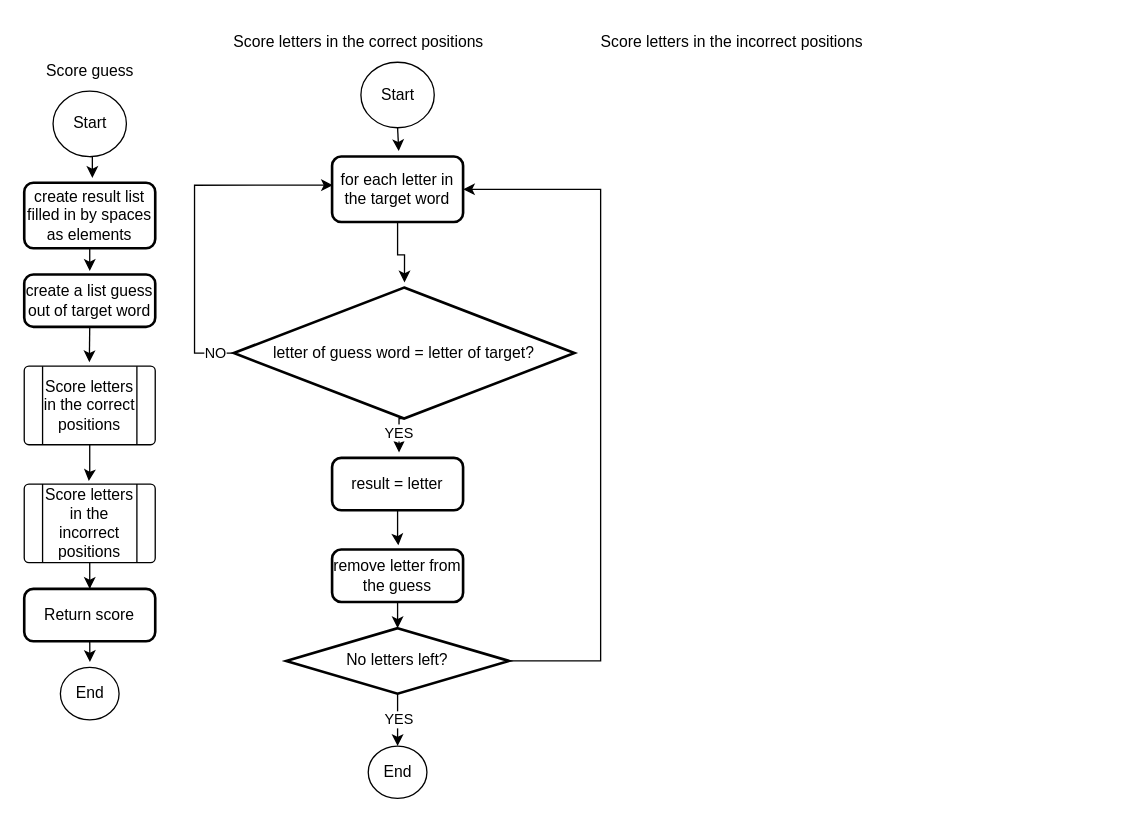
The draw.io diagram Wordle_flowchart.drawio in Alex-Gunn/QuestDeclining, before the edit. Source tidied: cells renumbered, new cells numbered last; positions are measured from the earlier drawing's top-left corner, leaving out a move shared by most shapes. Both pictures are drawn from the tidied source at 131%, with x=0, y=0 at pixel (24, 22).
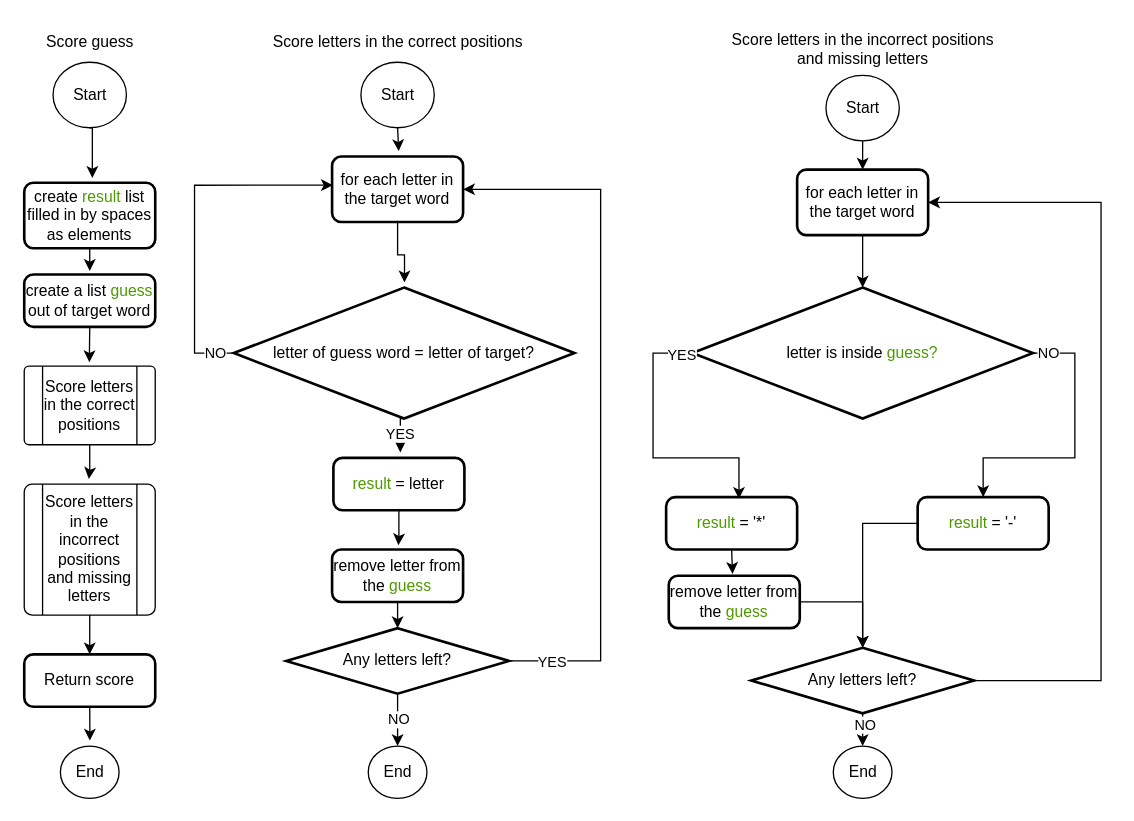
Above is the later version.

The change refers to these unchanged cells:
```xml
<mxCell id="23" style="edgeStyle=orthogonalEdgeStyle;rounded=0;jettySize=auto;html=1;exitX=1;exitY=0.5;exitDx=0;exitDy=0;entryX=1;entryY=0.5;entryDx=0;entryDy=0;exitPerimeter=0;" parent="1" edge="1" source="32" target="19">
  <mxGeometry relative="1" as="geometry">
    <Array as="points">
      <mxPoint x="440" y="487" />
      <mxPoint x="440" y="127" />
    </Array>
  </mxGeometry>
</mxCell>
<mxCell id="34" style="edgeStyle=orthogonalEdgeStyle;rounded=0;jettySize=auto;html=1;entryX=0.5;entryY=0;entryDx=0;entryDy=0;entryPerimeter=0;" parent="1" edge="1" source="32" target="31">
  <mxGeometry relative="1" as="geometry" />
</mxCell>
```

Diff of the diagram source:
```diff
@@
-    <mxCell id="3" value="create a list guess out of target word" style="rounded=1;whiteSpace=wrap;html=1;absoluteArcSize=1;arcSize=14;strokeWidth=2;" parent="1" vertex="1">
+    <mxCell id="3" value="create a list &lt;font color=&quot;#4d9900&quot;&gt;guess&lt;/font&gt; out of target word" style="rounded=1;whiteSpace=wrap;html=1;absoluteArcSize=1;arcSize=14;strokeWidth=2;" parent="1" vertex="1">
       <mxGeometry y="192" width="100" height="40" as="geometry" />
     </mxCell>
     <mxCell id="4" value="Start" style="verticalLabelPosition=middle;verticalAlign=middle;html=1;shape=mxgraph.flowchart.on-page_reference;labelPosition=center;align=center;" parent="1" vertex="1">
-      <mxGeometry x="22" y="52" width="56" height="50" as="geometry" />
+      <mxGeometry x="22" y="30" width="56" height="50" as="geometry" />
     </mxCell>
-    <mxCell id="5" value="create result list filled in by spaces as elements" style="rounded=1;whiteSpace=wrap;html=1;absoluteArcSize=1;arcSize=14;strokeWidth=2;" parent="1" vertex="1">
+    <mxCell id="5" value="create &lt;font color=&quot;#4d9900&quot;&gt;result&lt;/font&gt; list filled in by spaces as elements" style="rounded=1;whiteSpace=wrap;html=1;absoluteArcSize=1;arcSize=14;strokeWidth=2;" parent="1" vertex="1">
       <mxGeometry y="122" width="100" height="50" as="geometry" />
     </mxCell>
@@
-    <mxCell id="10" value="Score letters in the incorrect positions" style="verticalLabelPosition=middle;verticalAlign=middle;html=1;shape=process;whiteSpace=wrap;rounded=1;size=0.14;arcSize=6;labelPosition=center;align=center;" parent="1" vertex="1">
-      <mxGeometry y="352" width="100" height="60" as="geometry" />
+    <mxCell id="10" value="Score letters in the incorrect positions&lt;br&gt;and missing letters&lt;br&gt;" style="verticalLabelPosition=middle;verticalAlign=middle;html=1;shape=process;whiteSpace=wrap;rounded=1;size=0.14;arcSize=6;labelPosition=center;align=center;" parent="1" vertex="1">
+      <mxGeometry y="352" width="100" height="100" as="geometry" />
     </mxCell>
@@
     <mxCell id="12" value="Score guess" style="text;html=1;align=center;verticalAlign=middle;strokeColor=none;fillColor=none;" parent="1" vertex="1">
-      <mxGeometry x="5" y="22" width="90" height="30" as="geometry" />
+      <mxGeometry x="5" width="90" height="30" as="geometry" />
     </mxCell>
     <mxCell id="13" value="End" style="verticalLabelPosition=middle;verticalAlign=middle;html=1;shape=mxgraph.flowchart.on-page_reference;labelPosition=center;align=center;" parent="1" vertex="1">
-      <mxGeometry x="27.6" y="492" width="44.8" height="40" as="geometry" />
+      <mxGeometry x="27.6" y="552" width="44.8" height="40" as="geometry" />
     </mxCell>
     <mxCell id="14" value="Return score" style="rounded=1;whiteSpace=wrap;html=1;absoluteArcSize=1;arcSize=14;strokeWidth=2;" parent="1" vertex="1">
-      <mxGeometry y="432" width="100" height="40" as="geometry" />
+      <mxGeometry y="482" width="100" height="40" as="geometry" />
     </mxCell>
@@
     <mxCell id="16" value="Score letters in the correct positions" style="text;html=1;align=center;verticalAlign=middle;strokeColor=none;fillColor=none;" parent="1" vertex="1">
-      <mxGeometry x="150" width="210" height="30" as="geometry" />
+      <mxGeometry x="180" width="210" height="30" as="geometry" />
     </mxCell>
-    <mxCell id="17" value="Score letters in the incorrect positions" style="text;html=1;align=center;verticalAlign=middle;strokeColor=none;fillColor=none;" parent="1" vertex="1">
-      <mxGeometry x="430" width="220" height="30" as="geometry" />
+    <mxCell id="17" value="Score letters in the incorrect positions &lt;br&gt;and missing letters" style="text;html=1;align=center;verticalAlign=middle;strokeColor=none;fillColor=none;" parent="1" vertex="1">
+      <mxGeometry x="530" width="220" height="40" as="geometry" />
     </mxCell>
@@
-    <mxCell id="22" value="result = letter" style="rounded=1;whiteSpace=wrap;html=1;absoluteArcSize=1;arcSize=14;strokeWidth=2;" parent="1" vertex="1">
-      <mxGeometry x="235" y="332" width="100" height="40" as="geometry" />
+    <mxCell id="22" value="&lt;font color=&quot;#4d9900&quot;&gt;result&lt;/font&gt; = letter" style="rounded=1;whiteSpace=wrap;html=1;absoluteArcSize=1;arcSize=14;strokeWidth=2;" parent="1" vertex="1">
+      <mxGeometry x="236" y="332" width="100" height="40" as="geometry" />
     </mxCell>
@@
+    <mxCell id="36" value="YES" style="edgeLabel;html=1;align=center;verticalAlign=middle;" parent="23" vertex="1">
+      <mxGeometry x="-0.88" relative="1" as="geometry" />
+    </mxCell>
-    <mxCell id="24" value="remove letter from the guess" style="rounded=1;whiteSpace=wrap;html=1;absoluteArcSize=1;arcSize=14;strokeWidth=2;" parent="1" vertex="1">
+    <mxCell id="24" value="remove letter from the &lt;font color=&quot;#4d9900&quot;&gt;guess&lt;/font&gt;" style="rounded=1;whiteSpace=wrap;html=1;absoluteArcSize=1;arcSize=14;strokeWidth=2;" parent="1" vertex="1">
       <mxGeometry x="235" y="402" width="100" height="40" as="geometry" />
     </mxCell>
@@
-    <mxCell id="32" value="No letters left?" style="strokeWidth=2;html=1;shape=mxgraph.flowchart.decision;whiteSpace=wrap;" parent="1" vertex="1">
+    <mxCell id="32" value="Any letters left?" style="strokeWidth=2;html=1;shape=mxgraph.flowchart.decision;whiteSpace=wrap;" parent="1" vertex="1">
       <mxGeometry x="200" y="462" width="170" height="50" as="geometry" />
     </mxCell>
@@
-    <mxCell id="35" value="YES&lt;br&gt;" style="edgeLabel;html=1;align=center;verticalAlign=middle;" parent="34" vertex="1">
+    <mxCell id="35" value="NO" style="edgeLabel;html=1;align=center;verticalAlign=middle;" parent="34" vertex="1">
       <mxGeometry x="-0.04" relative="1" as="geometry" />
     </mxCell>
+    <mxCell id="37" style="edgeStyle=orthogonalEdgeStyle;rounded=0;jettySize=auto;html=1;exitX=0.5;exitY=1;exitDx=0;exitDy=0;exitPerimeter=0;entryX=0.5;entryY=0;entryDx=0;entryDy=0;" parent="1" edge="1" source="38" target="40">
+      <mxGeometry relative="1" as="geometry" />
+    </mxCell>
+    <mxCell id="38" value="Start" style="verticalLabelPosition=middle;verticalAlign=middle;html=1;shape=mxgraph.flowchart.on-page_reference;labelPosition=center;align=center;" parent="1" vertex="1">
+      <mxGeometry x="612" y="40" width="56" height="50" as="geometry" />
+    </mxCell>
+    <mxCell id="39" value="End" style="verticalLabelPosition=middle;verticalAlign=middle;html=1;shape=mxgraph.flowchart.on-page_reference;labelPosition=center;align=center;" parent="1" vertex="1">
+      <mxGeometry x="617.6" y="552" width="44.8" height="40" as="geometry" />
+    </mxCell>
+    <mxCell id="40" value="for each letter in the target word" style="rounded=1;whiteSpace=wrap;html=1;absoluteArcSize=1;arcSize=14;strokeWidth=2;" parent="1" vertex="1">
+      <mxGeometry x="590" y="112" width="100" height="50" as="geometry" />
+    </mxCell>
+    <mxCell id="41" style="edgeStyle=orthogonalEdgeStyle;rounded=0;jettySize=auto;html=1;exitX=1;exitY=0.5;exitDx=0;exitDy=0;exitPerimeter=0;entryX=0.5;entryY=0;entryDx=0;entryDy=0;" parent="1" edge="1" source="43" target="49">
+      <mxGeometry relative="1" as="geometry">
+        <Array as="points">
+          <mxPoint x="802" y="252" />
+          <mxPoint x="802" y="332" />
+          <mxPoint x="732" y="332" />
+        </Array>
+      </mxGeometry>
+    </mxCell>
+    <mxCell id="42" value="NO" style="edgeLabel;html=1;align=center;verticalAlign=middle;" parent="41" vertex="1">
+      <mxGeometry x="-0.9" y="1" relative="1" as="geometry" />
+    </mxCell>
+    <mxCell id="43" value="letter is inside &lt;font color=&quot;#4d9900&quot;&gt;guess?&lt;/font&gt;" style="strokeWidth=2;html=1;shape=mxgraph.flowchart.decision;whiteSpace=wrap;" parent="1" vertex="1">
+      <mxGeometry x="510" y="202" width="260" height="100" as="geometry" />
+    </mxCell>
+    <mxCell id="44" value="&lt;font color=&quot;#4d9900&quot;&gt;result&lt;/font&gt; = '*'" style="rounded=1;whiteSpace=wrap;html=1;absoluteArcSize=1;arcSize=14;strokeWidth=2;" parent="1" vertex="1">
+      <mxGeometry x="490" y="362" width="100" height="40" as="geometry" />
+    </mxCell>
+    <mxCell id="45" value="remove letter from the &lt;font color=&quot;#4d9900&quot;&gt;guess&lt;/font&gt;" style="rounded=1;whiteSpace=wrap;html=1;absoluteArcSize=1;arcSize=14;strokeWidth=2;" parent="1" vertex="1">
+      <mxGeometry x="492" y="422" width="100" height="40" as="geometry" />
+    </mxCell>
+    <mxCell id="46" style="edgeStyle=orthogonalEdgeStyle;rounded=0;jettySize=auto;html=1;exitX=0;exitY=0.5;exitDx=0;exitDy=0;exitPerimeter=0;entryX=0.556;entryY=0.032;entryDx=0;entryDy=0;entryPerimeter=0;" parent="1" edge="1" source="43" target="44">
+      <mxGeometry relative="1" as="geometry">
+        <Array as="points">
+          <mxPoint x="480" y="252" />
+          <mxPoint x="480" y="332" />
+          <mxPoint x="546" y="332" />
+        </Array>
+      </mxGeometry>
+    </mxCell>
+    <mxCell id="47" value="YES" style="edgeLabel;html=1;align=center;verticalAlign=middle;" parent="46" vertex="1">
+      <mxGeometry x="-0.91" y="1" relative="1" as="geometry" />
+    </mxCell>
+    <mxCell id="48" style="edgeStyle=orthogonalEdgeStyle;rounded=0;jettySize=auto;html=1;exitX=0.5;exitY=1;exitDx=0;exitDy=0;entryX=0.487;entryY=-0.035;entryDx=0;entryDy=0;entryPerimeter=0;" parent="1" edge="1" source="44" target="45">
+      <mxGeometry relative="1" as="geometry" />
+    </mxCell>
+    <mxCell id="49" value="&lt;font color=&quot;#4d9900&quot;&gt;result&lt;/font&gt; = '-'" style="rounded=1;whiteSpace=wrap;html=1;absoluteArcSize=1;arcSize=14;strokeWidth=2;" parent="1" vertex="1">
+      <mxGeometry x="682" y="362" width="100" height="40" as="geometry" />
+    </mxCell>
+    <mxCell id="50" style="edgeStyle=orthogonalEdgeStyle;rounded=0;jettySize=auto;html=1;exitX=1;exitY=0.5;exitDx=0;exitDy=0;exitPerimeter=0;entryX=1;entryY=0.5;entryDx=0;entryDy=0;" parent="1" edge="1" source="51" target="40">
+      <mxGeometry relative="1" as="geometry">
+        <Array as="points">
+          <mxPoint x="822" y="502" />
+          <mxPoint x="822" y="137" />
+        </Array>
+      </mxGeometry>
+    </mxCell>
+    <mxCell id="51" value="Any letters left?" style="strokeWidth=2;html=1;shape=mxgraph.flowchart.decision;whiteSpace=wrap;" parent="1" vertex="1">
+      <mxGeometry x="555" y="477" width="170" height="50" as="geometry" />
+    </mxCell>
+    <mxCell id="52" style="edgeStyle=orthogonalEdgeStyle;rounded=0;jettySize=auto;html=1;exitX=0;exitY=0.5;exitDx=0;exitDy=0;entryX=0.5;entryY=0;entryDx=0;entryDy=0;entryPerimeter=0;" parent="1" edge="1" source="49" target="51">
+      <mxGeometry relative="1" as="geometry" />
+    </mxCell>
+    <mxCell id="53" style="edgeStyle=orthogonalEdgeStyle;rounded=0;jettySize=auto;html=1;exitX=1;exitY=0.5;exitDx=0;exitDy=0;entryX=0.5;entryY=0;entryDx=0;entryDy=0;entryPerimeter=0;" parent="1" edge="1" source="45" target="51">
+      <mxGeometry relative="1" as="geometry" />
+    </mxCell>
+    <mxCell id="54" style="edgeStyle=orthogonalEdgeStyle;rounded=0;jettySize=auto;html=1;exitX=0.5;exitY=1;exitDx=0;exitDy=0;exitPerimeter=0;entryX=0.5;entryY=0;entryDx=0;entryDy=0;entryPerimeter=0;" parent="1" edge="1" source="51" target="39">
+      <mxGeometry relative="1" as="geometry" />
+    </mxCell>
+    <mxCell id="55" value="NO" style="edgeLabel;html=1;align=center;verticalAlign=middle;" parent="54" vertex="1">
+      <mxGeometry x="-0.34" y="1" relative="1" as="geometry" />
+    </mxCell>
+    <mxCell id="56" style="edgeStyle=orthogonalEdgeStyle;rounded=0;jettySize=auto;html=1;exitX=0.5;exitY=1;exitDx=0;exitDy=0;entryX=0.5;entryY=0;entryDx=0;entryDy=0;entryPerimeter=0;" parent="1" edge="1" source="40" target="43">
+      <mxGeometry relative="1" as="geometry" />
+    </mxCell>
```
